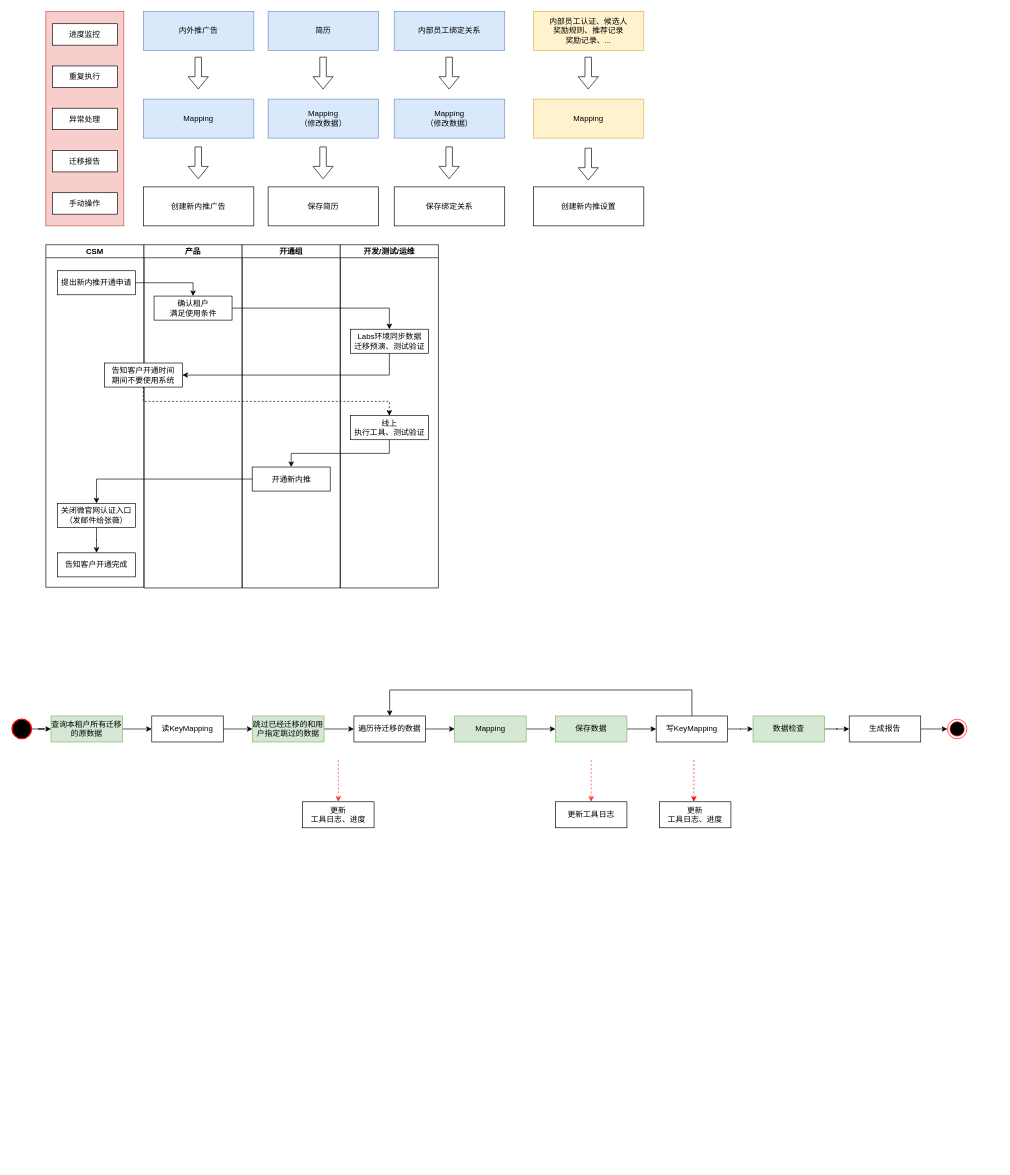
Above: 内外推架构.drawio in Lucas20029/A-Beisen-MicroSite-Diagrams (draw.io), before the change. Source tidied: cells renumbered, new cells numbered last; positions are measured from the earlier drawing's top-left corner, leaving out a move shared by most shapes. Both pictures are drawn from the tidied source at 65%, with x=0, y=0 at pixel (12, 11).
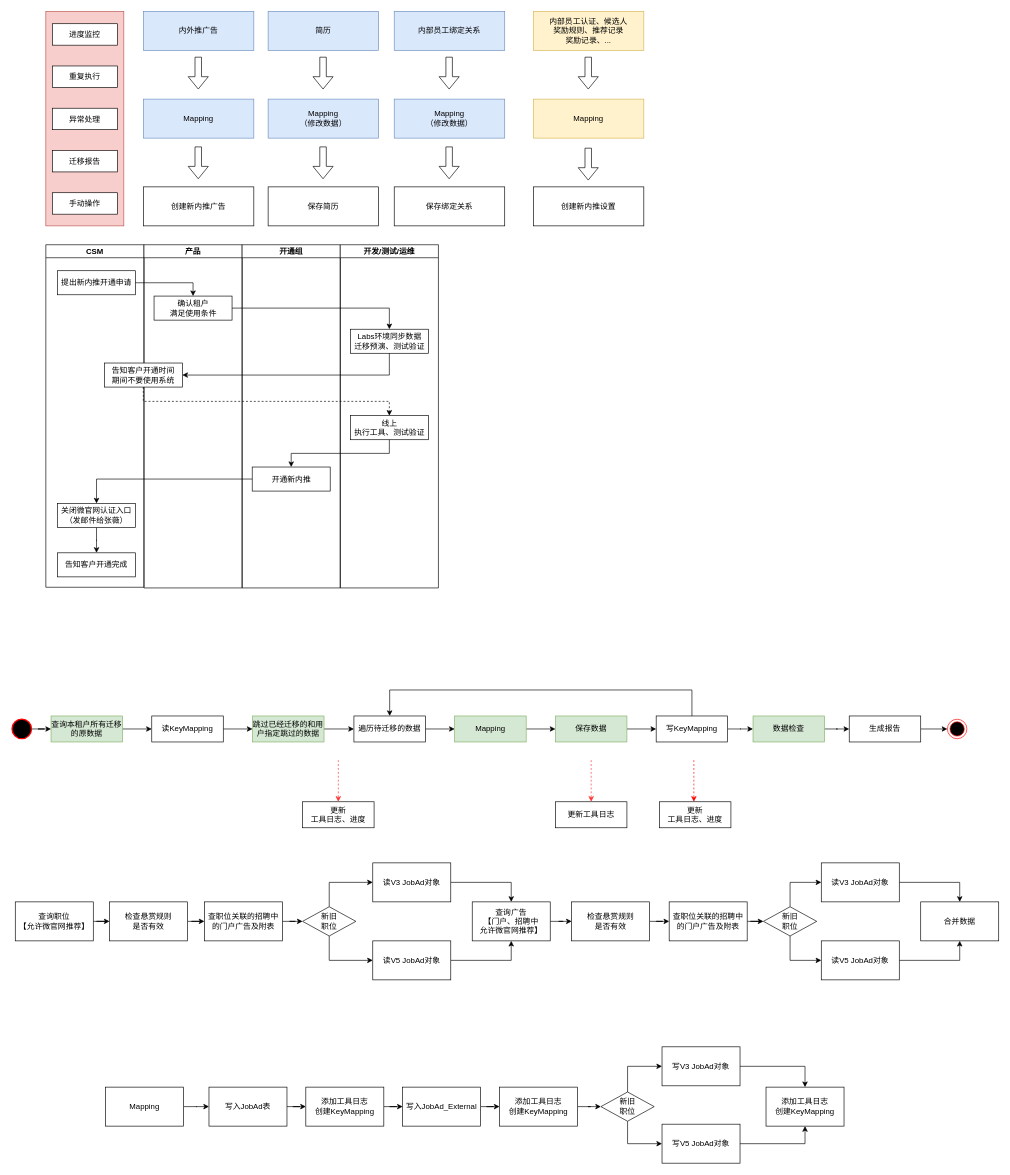
The same page after the edit.

Commit message:
Update 内外推架构.drawio

What changed in the source:
```diff
@@
+    <mxCell id="75" style="edgeStyle=orthogonalEdgeStyle;rounded=0;jettySize=auto;html=1;exitX=1;exitY=0.5;exitDx=0;exitDy=0;" parent="1" edge="1" source="76" target="78">
+      <mxGeometry relative="1" as="geometry" />
+    </mxCell>
+    <mxCell id="76" value="查询职位&lt;br&gt;【允许微官网推荐】" style="whiteSpace=wrap;html=1;" parent="1" vertex="1">
+      <mxGeometry x="5" y="1370" width="120" height="60" as="geometry" />
+    </mxCell>
+    <mxCell id="77" style="edgeStyle=orthogonalEdgeStyle;rounded=0;jettySize=auto;html=1;exitX=1;exitY=0.5;exitDx=0;exitDy=0;" parent="1" edge="1" source="78" target="80">
+      <mxGeometry relative="1" as="geometry" />
+    </mxCell>
+    <mxCell id="78" value="检查悬赏规则&lt;br&gt;是否有效" style="whiteSpace=wrap;html=1;" parent="1" vertex="1">
+      <mxGeometry x="150" y="1370" width="120" height="60" as="geometry" />
+    </mxCell>
+    <mxCell id="79" style="edgeStyle=orthogonalEdgeStyle;rounded=0;jettySize=auto;html=1;exitX=1;exitY=0.5;exitDx=0;exitDy=0;" parent="1" edge="1" source="80" target="90">
+      <mxGeometry relative="1" as="geometry" />
+    </mxCell>
+    <mxCell id="80" value="查职位关联的招聘中的门户广告及附表" style="whiteSpace=wrap;html=1;" parent="1" vertex="1">
+      <mxGeometry x="296" y="1370" width="120" height="60" as="geometry" />
+    </mxCell>
+    <mxCell id="81" style="edgeStyle=orthogonalEdgeStyle;rounded=0;jettySize=auto;html=1;exitX=1;exitY=0.5;exitDx=0;exitDy=0;" parent="1" edge="1" source="82" target="85">
+      <mxGeometry relative="1" as="geometry" />
+    </mxCell>
+    <mxCell id="82" value="查询广告&lt;br&gt;【门户、招聘中&lt;br&gt;允许微官网推荐】" style="whiteSpace=wrap;html=1;" parent="1" vertex="1">
+      <mxGeometry x="708" y="1370" width="120" height="60" as="geometry" />
+    </mxCell>
+    <mxCell id="83" value="合并数据" style="whiteSpace=wrap;html=1;" parent="1" vertex="1">
+      <mxGeometry x="1398" y="1370" width="120" height="60" as="geometry" />
+    </mxCell>
+    <mxCell id="84" style="edgeStyle=orthogonalEdgeStyle;rounded=0;jettySize=auto;html=1;exitX=1;exitY=0.5;exitDx=0;exitDy=0;" parent="1" edge="1" source="85" target="87">
+      <mxGeometry relative="1" as="geometry" />
+    </mxCell>
+    <mxCell id="85" value="检查悬赏规则&lt;br&gt;是否有效" style="whiteSpace=wrap;html=1;" parent="1" vertex="1">
+      <mxGeometry x="861" y="1370" width="120" height="60" as="geometry" />
+    </mxCell>
+    <mxCell id="86" style="edgeStyle=orthogonalEdgeStyle;rounded=0;jettySize=auto;html=1;exitX=1;exitY=0.5;exitDx=0;exitDy=0;" parent="1" edge="1" source="87" target="97">
+      <mxGeometry relative="1" as="geometry" />
+    </mxCell>
+    <mxCell id="87" value="查职位关联的招聘中的门户广告及附表" style="whiteSpace=wrap;html=1;" parent="1" vertex="1">
+      <mxGeometry x="1011" y="1370" width="120" height="60" as="geometry" />
+    </mxCell>
+    <mxCell id="88" style="edgeStyle=orthogonalEdgeStyle;rounded=0;jettySize=auto;html=1;exitX=0.5;exitY=0;exitDx=0;exitDy=0;entryX=0;entryY=0.5;entryDx=0;entryDy=0;" parent="1" edge="1" source="90" target="92">
+      <mxGeometry relative="1" as="geometry" />
+    </mxCell>
+    <mxCell id="89" style="edgeStyle=orthogonalEdgeStyle;rounded=0;jettySize=auto;html=1;exitX=0.5;exitY=1;exitDx=0;exitDy=0;entryX=0;entryY=0.5;entryDx=0;entryDy=0;" parent="1" edge="1" source="90" target="94">
+      <mxGeometry relative="1" as="geometry" />
+    </mxCell>
+    <mxCell id="90" value="新旧&lt;br&gt;职位" style="rhombus;whiteSpace=wrap;html=1;" parent="1" vertex="1">
+      <mxGeometry x="447" y="1377.5" width="82" height="45" as="geometry" />
+    </mxCell>
+    <mxCell id="91" style="edgeStyle=orthogonalEdgeStyle;rounded=0;jettySize=auto;html=1;exitX=1;exitY=0.5;exitDx=0;exitDy=0;entryX=0.5;entryY=0;entryDx=0;entryDy=0;" parent="1" edge="1" source="92" target="82">
+      <mxGeometry relative="1" as="geometry" />
+    </mxCell>
+    <mxCell id="92" value="读V3 JobAd对象" style="whiteSpace=wrap;html=1;" parent="1" vertex="1">
+      <mxGeometry x="555" y="1310" width="120" height="60" as="geometry" />
+    </mxCell>
+    <mxCell id="93" style="edgeStyle=orthogonalEdgeStyle;rounded=0;jettySize=auto;html=1;exitX=1;exitY=0.5;exitDx=0;exitDy=0;entryX=0.5;entryY=1;entryDx=0;entryDy=0;" parent="1" edge="1" source="94" target="82">
+      <mxGeometry relative="1" as="geometry" />
+    </mxCell>
+    <mxCell id="94" value="读V5 JobAd对象" style="whiteSpace=wrap;html=1;" parent="1" vertex="1">
+      <mxGeometry x="555" y="1430" width="120" height="60" as="geometry" />
+    </mxCell>
+    <mxCell id="95" style="edgeStyle=orthogonalEdgeStyle;rounded=0;jettySize=auto;html=1;exitX=0.5;exitY=0;exitDx=0;exitDy=0;entryX=0;entryY=0.5;entryDx=0;entryDy=0;" parent="1" edge="1" source="97" target="99">
+      <mxGeometry relative="1" as="geometry" />
+    </mxCell>
+    <mxCell id="96" style="edgeStyle=orthogonalEdgeStyle;rounded=0;jettySize=auto;html=1;exitX=0.5;exitY=1;exitDx=0;exitDy=0;entryX=0;entryY=0.5;entryDx=0;entryDy=0;" parent="1" edge="1" source="97" target="101">
+      <mxGeometry relative="1" as="geometry" />
+    </mxCell>
+    <mxCell id="97" value="新旧&lt;br&gt;职位" style="rhombus;whiteSpace=wrap;html=1;" parent="1" vertex="1">
+      <mxGeometry x="1156" y="1377.5" width="82" height="45" as="geometry" />
+    </mxCell>
+    <mxCell id="98" style="edgeStyle=orthogonalEdgeStyle;rounded=0;jettySize=auto;html=1;exitX=1;exitY=0.5;exitDx=0;exitDy=0;entryX=0.5;entryY=0;entryDx=0;entryDy=0;" parent="1" edge="1" source="99" target="83">
+      <mxGeometry relative="1" as="geometry" />
+    </mxCell>
+    <mxCell id="99" value="读V3 JobAd对象" style="whiteSpace=wrap;html=1;" parent="1" vertex="1">
+      <mxGeometry x="1245" y="1310" width="120" height="60" as="geometry" />
+    </mxCell>
+    <mxCell id="100" style="edgeStyle=orthogonalEdgeStyle;rounded=0;jettySize=auto;html=1;exitX=1;exitY=0.5;exitDx=0;exitDy=0;entryX=0.5;entryY=1;entryDx=0;entryDy=0;" parent="1" edge="1" source="101" target="83">
+      <mxGeometry relative="1" as="geometry" />
+    </mxCell>
+    <mxCell id="101" value="读V5 JobAd对象" style="whiteSpace=wrap;html=1;" parent="1" vertex="1">
+      <mxGeometry x="1245" y="1430" width="120" height="60" as="geometry" />
+    </mxCell>
+    <mxCell id="102" style="edgeStyle=orthogonalEdgeStyle;rounded=0;jettySize=auto;html=1;exitX=1;exitY=0.5;exitDx=0;exitDy=0;" parent="1" edge="1" source="103" target="105">
+      <mxGeometry relative="1" as="geometry" />
+    </mxCell>
+    <mxCell id="103" value="Mapping" style="whiteSpace=wrap;html=1;" parent="1" vertex="1">
+      <mxGeometry x="144" y="1655" width="120" height="60" as="geometry" />
+    </mxCell>
+    <mxCell id="104" style="edgeStyle=orthogonalEdgeStyle;rounded=0;jettySize=auto;html=1;exitX=1;exitY=0.5;exitDx=0;exitDy=0;" parent="1" edge="1" source="105" target="107">
+      <mxGeometry relative="1" as="geometry" />
+    </mxCell>
+    <mxCell id="105" value="写入JobAd表" style="whiteSpace=wrap;html=1;" parent="1" vertex="1">
+      <mxGeometry x="303" y="1655" width="120" height="60" as="geometry" />
+    </mxCell>
+    <mxCell id="106" style="edgeStyle=orthogonalEdgeStyle;rounded=0;jettySize=auto;html=1;exitX=1;exitY=0.5;exitDx=0;exitDy=0;" parent="1" edge="1" source="107" target="109">
+      <mxGeometry relative="1" as="geometry" />
+    </mxCell>
+    <mxCell id="107" value="添加工具日志&lt;br&gt;创建KeyMapping" style="whiteSpace=wrap;html=1;" parent="1" vertex="1">
+      <mxGeometry x="452" y="1655" width="120" height="60" as="geometry" />
+    </mxCell>
+    <mxCell id="108" style="edgeStyle=orthogonalEdgeStyle;rounded=0;jettySize=auto;html=1;exitX=1;exitY=0.5;exitDx=0;exitDy=0;" parent="1" edge="1" source="109" target="111">
+      <mxGeometry relative="1" as="geometry" />
+    </mxCell>
+    <mxCell id="109" value="写入JobAd_External" style="whiteSpace=wrap;html=1;" parent="1" vertex="1">
+      <mxGeometry x="601" y="1655" width="120" height="60" as="geometry" />
+    </mxCell>
+    <mxCell id="110" style="edgeStyle=orthogonalEdgeStyle;rounded=0;jettySize=auto;html=1;exitX=1;exitY=0.5;exitDx=0;exitDy=0;" parent="1" edge="1" source="111" target="114">
+      <mxGeometry relative="1" as="geometry" />
+    </mxCell>
+    <mxCell id="111" value="添加工具日志&lt;br&gt;创建KeyMapping" style="whiteSpace=wrap;html=1;" parent="1" vertex="1">
+      <mxGeometry x="750" y="1655" width="120" height="60" as="geometry" />
+    </mxCell>
+    <mxCell id="112" style="edgeStyle=orthogonalEdgeStyle;rounded=0;jettySize=auto;html=1;exitX=0.5;exitY=0;exitDx=0;exitDy=0;entryX=0;entryY=0.5;entryDx=0;entryDy=0;" parent="1" edge="1" source="114" target="116">
+      <mxGeometry relative="1" as="geometry" />
+    </mxCell>
+    <mxCell id="113" style="edgeStyle=orthogonalEdgeStyle;rounded=0;jettySize=auto;html=1;exitX=0.5;exitY=1;exitDx=0;exitDy=0;entryX=0;entryY=0.5;entryDx=0;entryDy=0;" parent="1" edge="1" source="114" target="118">
+      <mxGeometry relative="1" as="geometry" />
+    </mxCell>
+    <mxCell id="114" value="新旧&lt;br&gt;职位" style="rhombus;whiteSpace=wrap;html=1;" parent="1" vertex="1">
+      <mxGeometry x="906" y="1662.5" width="82" height="45" as="geometry" />
+    </mxCell>
+    <mxCell id="115" style="edgeStyle=orthogonalEdgeStyle;rounded=0;jettySize=auto;html=1;exitX=1;exitY=0.5;exitDx=0;exitDy=0;" parent="1" edge="1" source="116" target="119">
+      <mxGeometry relative="1" as="geometry" />
+    </mxCell>
+    <mxCell id="116" value="写V3 JobAd对象" style="whiteSpace=wrap;html=1;" parent="1" vertex="1">
+      <mxGeometry x="1000" y="1593" width="120" height="60" as="geometry" />
+    </mxCell>
+    <mxCell id="117" style="edgeStyle=orthogonalEdgeStyle;rounded=0;jettySize=auto;html=1;exitX=1;exitY=0.5;exitDx=0;exitDy=0;entryX=0.5;entryY=1;entryDx=0;entryDy=0;" parent="1" edge="1" source="118" target="119">
+      <mxGeometry relative="1" as="geometry" />
+    </mxCell>
+    <mxCell id="118" value="写V5 JobAd对象" style="whiteSpace=wrap;html=1;" parent="1" vertex="1">
+      <mxGeometry x="1000" y="1712" width="120" height="60" as="geometry" />
+    </mxCell>
+    <mxCell id="119" value="添加工具日志&lt;br&gt;创建KeyMapping" style="whiteSpace=wrap;html=1;" parent="1" vertex="1">
+      <mxGeometry x="1160" y="1655" width="120" height="60" as="geometry" />
+    </mxCell>
```
